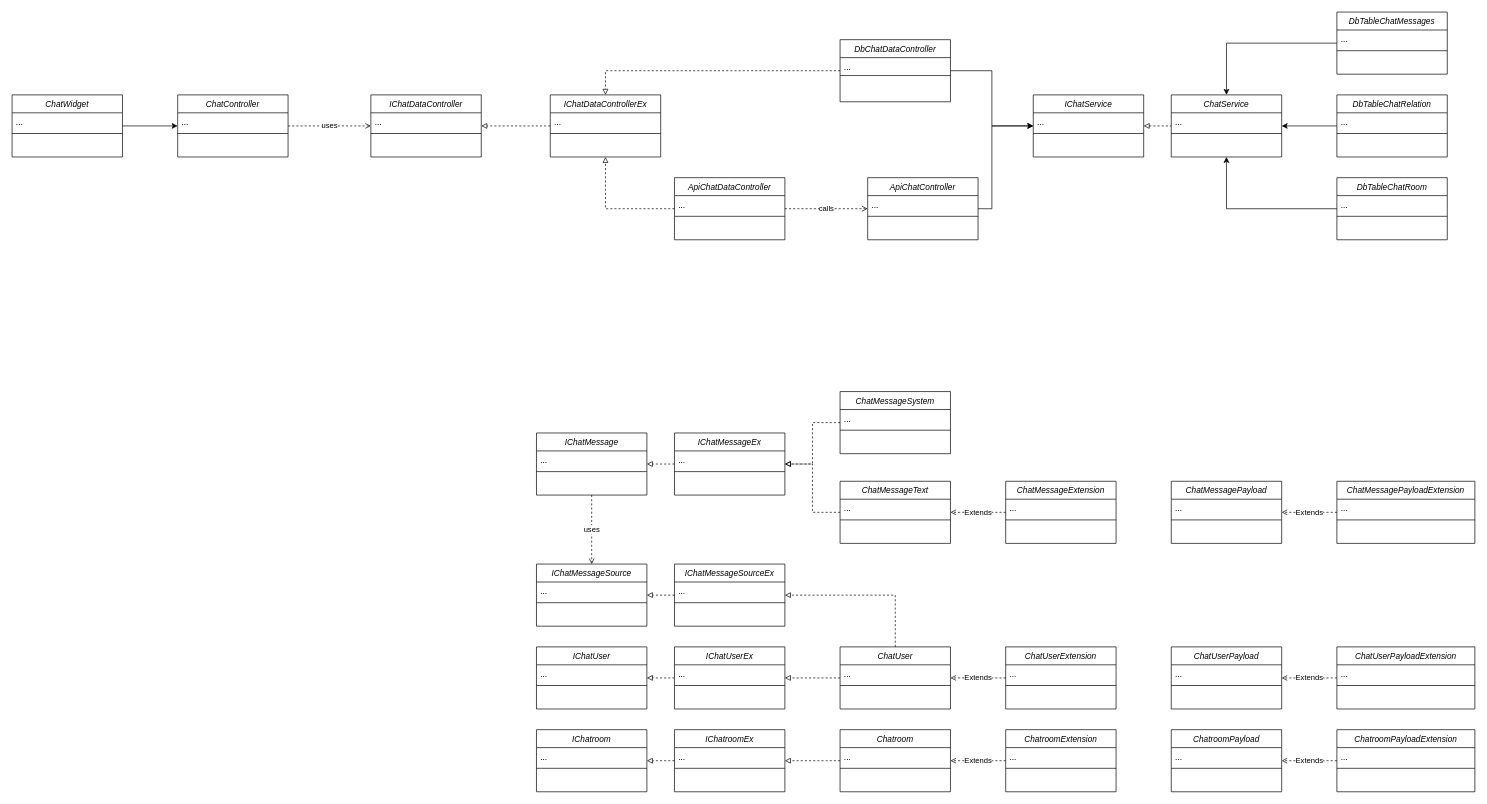
Before: internship_s8/new-class-diagram.drawio in Gryfin123/diagrams_with_no_context, a draw.io diagram. Source tidied: cells renumbered, new cells numbered last; positions are measured from the earlier drawing's top-left corner, leaving out a move shared by most shapes. Both pictures are drawn from the tidied source at 69%, with x=0, y=0 at pixel (12, 12).
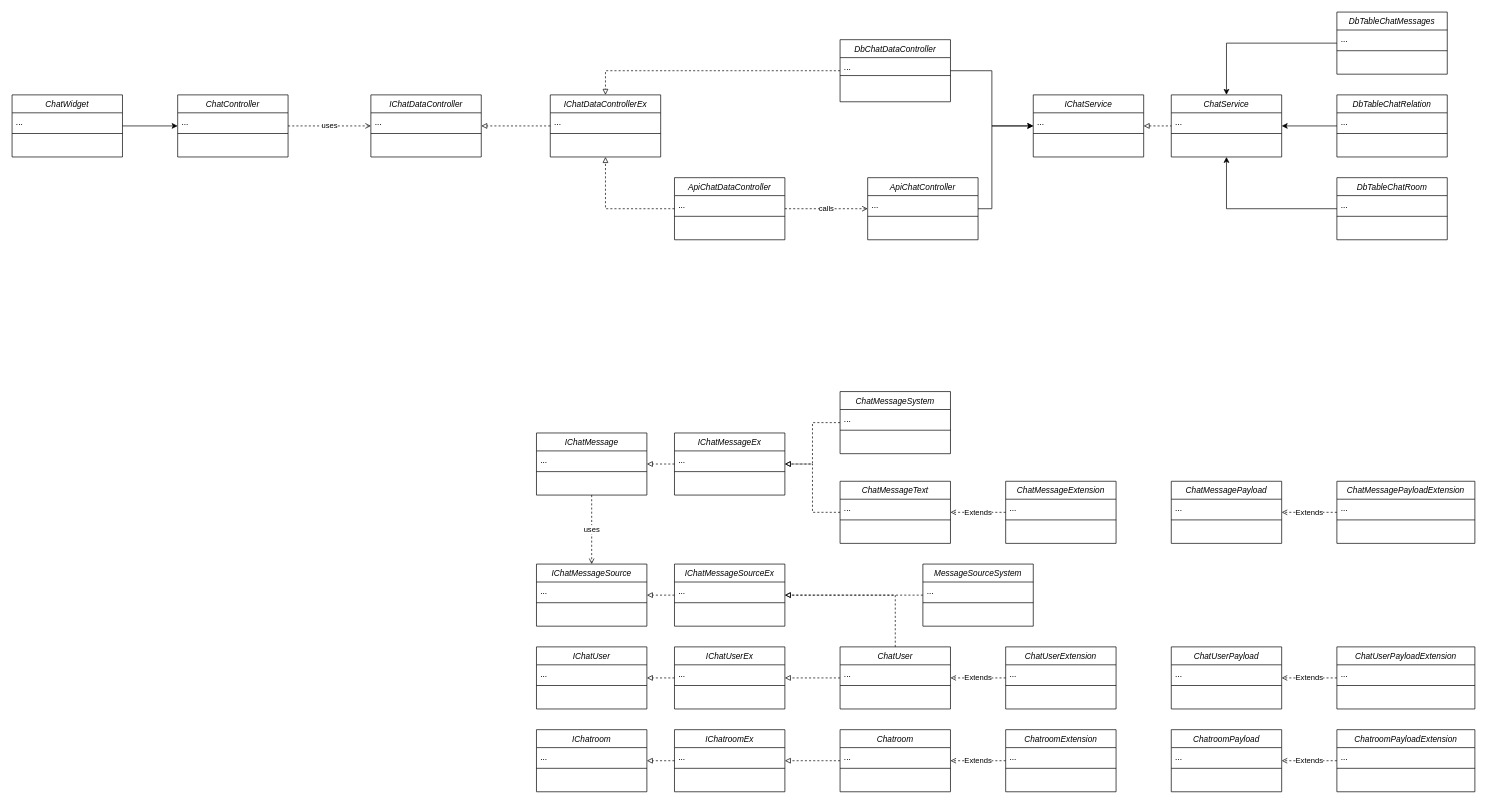
The same page after the edit.

Unchanged cells that the change refers to:
```xml
<mxCell id="75" value="IChatMessageSourceEx" style="swimlane;fontStyle=2;align=center;verticalAlign=top;horizontal=1;startSize=26;rounded=0;shadow=0;strokeWidth=1;" parent="1" vertex="1">
  <mxGeometry x="960" y="800" width="160" height="90" as="geometry" />
</mxCell>
```

Diff of the diagram source:
```diff
@@
+    <mxCell id="129" style="edgeStyle=orthogonalEdgeStyle;rounded=0;jettySize=auto;html=1;dashed=1;endArrow=block;endFill=0;" parent="1" edge="1" source="130" target="75">
+      <mxGeometry relative="1" as="geometry" />
+    </mxCell>
+    <mxCell id="130" value="MessageSourceSystem" style="swimlane;fontStyle=2;align=center;verticalAlign=top;horizontal=1;startSize=26;rounded=0;shadow=0;strokeWidth=1;" parent="1" vertex="1">
+      <mxGeometry x="1320" y="800" width="160" height="90" as="geometry" />
+    </mxCell>
+    <mxCell id="131" value="..." style="text;align=left;verticalAlign=top;spacingLeft=4;spacingRight=4;overflow=hidden;" parent="130" vertex="1">
+      <mxGeometry y="26" width="160" height="26" as="geometry" />
+    </mxCell>
+    <mxCell id="132" style="line;html=1;strokeWidth=1;align=left;verticalAlign=middle;spacingTop=-1;spacingLeft=3;spacingRight=3;labelPosition=right;" parent="130" vertex="1">
+      <mxGeometry y="52" width="160" height="8" as="geometry" />
+    </mxCell>
```
